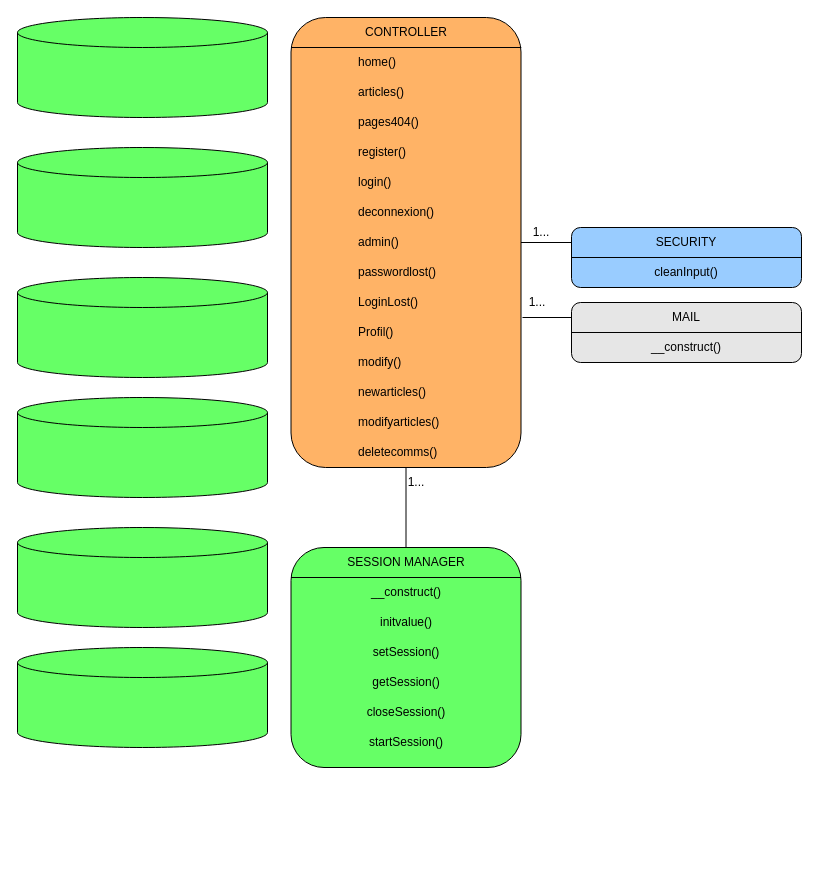
Above: docs/Diagramme de class.drawio in Geoffray-buhler/P05-OCR (draw.io), before the change. Source tidied: cells renumbered, new cells numbered last; positions are measured from the earlier drawing's top-left corner, leaving out a move shared by most shapes. Both pictures are drawn from the tidied source at 100%, with x=0, y=0 at pixel (17, 17).
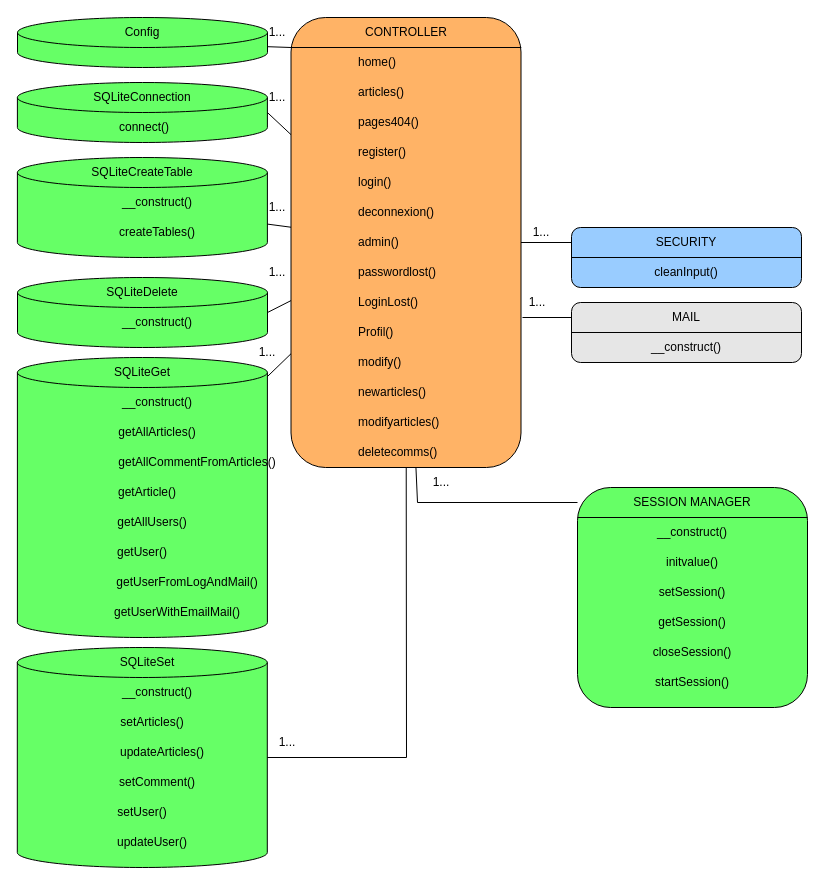
The same diagram, later.

Unchanged cells that the change refers to:
```xml
<mxCell id="2" style="rounded=1;whiteSpace=wrap;html=1;fontColor=none;fillColor=#FFB366;" parent="1" vertex="1">
  <mxGeometry x="273.5" width="230" height="450" as="geometry" />
</mxCell>
<mxCell id="3" value="CONTROLLER" style="text;html=1;strokeColor=none;fillColor=none;align=center;verticalAlign=middle;whiteSpace=wrap;rounded=0;fontColor=none;" parent="1" vertex="1">
  <mxGeometry x="273.8" width="230" height="30" as="geometry" />
</mxCell>
```

What changed in the source:
```diff
@@
     <mxCell id="27" style="rounded=1;whiteSpace=wrap;html=1;fontColor=none;fillColor=#66FF66;" parent="1" vertex="1">
-      <mxGeometry x="273.5" y="530" width="230" height="220" as="geometry" />
+      <mxGeometry x="560" y="470" width="230" height="220" as="geometry" />
     </mxCell>
     <mxCell id="28" value="SESSION MANAGER" style="text;html=1;strokeColor=none;fillColor=none;align=center;verticalAlign=middle;whiteSpace=wrap;rounded=0;fontColor=none;" parent="1" vertex="1">
-      <mxGeometry x="273.5" y="530" width="230" height="30" as="geometry" />
+      <mxGeometry x="560" y="470" width="230" height="30" as="geometry" />
     </mxCell>
     <mxCell id="29" style="endArrow=none;html=1;rounded=0;fontColor=none;entryX=1;entryY=1;entryDx=0;entryDy=0;" parent="1" edge="1" target="28">
       <mxGeometry relative="1" as="geometry">
-        <mxPoint x="273.5" y="560" as="sourcePoint" />
+        <mxPoint x="560" y="500" as="sourcePoint" />
       </mxGeometry>
     </mxCell>
     <mxCell id="30" value="__construct()" style="text;html=1;strokeColor=none;fillColor=none;align=center;verticalAlign=middle;whiteSpace=wrap;rounded=0;fontColor=none;" parent="1" vertex="1">
-      <mxGeometry x="273.5" y="560" width="230" height="30" as="geometry" />
+      <mxGeometry x="560" y="500" width="230" height="30" as="geometry" />
     </mxCell>
     <mxCell id="31" value="initvalue()" style="text;html=1;strokeColor=none;fillColor=none;align=center;verticalAlign=middle;whiteSpace=wrap;rounded=0;fontColor=none;" parent="1" vertex="1">
-      <mxGeometry x="273.5" y="590" width="230" height="30" as="geometry" />
+      <mxGeometry x="560" y="530" width="230" height="30" as="geometry" />
     </mxCell>
     <mxCell id="32" value="setSession()" style="text;html=1;strokeColor=none;fillColor=none;align=center;verticalAlign=middle;whiteSpace=wrap;rounded=0;fontColor=none;" parent="1" vertex="1">
-      <mxGeometry x="273.5" y="620" width="230" height="30" as="geometry" />
+      <mxGeometry x="560" y="560" width="230" height="30" as="geometry" />
     </mxCell>
     <mxCell id="33" value="getSession()" style="text;html=1;strokeColor=none;fillColor=none;align=center;verticalAlign=middle;whiteSpace=wrap;rounded=0;fontColor=none;" parent="1" vertex="1">
-      <mxGeometry x="273.5" y="650" width="230" height="30" as="geometry" />
+      <mxGeometry x="560" y="590" width="230" height="30" as="geometry" />
     </mxCell>
     <mxCell id="34" value="closeSession()" style="text;html=1;strokeColor=none;fillColor=none;align=center;verticalAlign=middle;whiteSpace=wrap;rounded=0;fontColor=none;" parent="1" vertex="1">
-      <mxGeometry x="273.5" y="680" width="230" height="30" as="geometry" />
+      <mxGeometry x="560" y="620" width="230" height="30" as="geometry" />
     </mxCell>
     <mxCell id="35" value="startSession()" style="text;html=1;strokeColor=none;fillColor=none;align=center;verticalAlign=middle;whiteSpace=wrap;rounded=0;fontColor=none;" parent="1" vertex="1">
-      <mxGeometry x="273.5" y="710" width="230" height="30" as="geometry" />
+      <mxGeometry x="560" y="650" width="230" height="30" as="geometry" />
     </mxCell>
@@
     <mxCell id="38" value="1..." style="text;html=1;strokeColor=none;fillColor=none;align=center;verticalAlign=middle;whiteSpace=wrap;rounded=0;fontColor=none;" parent="1" vertex="1">
-      <mxGeometry x="369" y="450" width="60" height="30" as="geometry" />
+      <mxGeometry x="394" y="450" width="60" height="30" as="geometry" />
     </mxCell>
@@
     <mxCell id="41" style="endArrow=none;html=1;rounded=0;fontColor=none;" parent="1" edge="1" source="2" target="28">
-      <mxGeometry relative="1" as="geometry" />
+      <mxGeometry relative="1" as="geometry">
+        <Array as="points">
+          <mxPoint x="400" y="485" />
+        </Array>
+      </mxGeometry>
     </mxCell>
     <mxCell id="42" style="shape=cylinder3;whiteSpace=wrap;html=1;boundedLbl=1;backgroundOutline=1;size=15;fontColor=none;fillColor=#66FF66;align=left;" parent="1" vertex="1">
-      <mxGeometry width="250" height="100" as="geometry" />
+      <mxGeometry width="250" height="50" as="geometry" />
     </mxCell>
     <mxCell id="43" style="shape=cylinder3;whiteSpace=wrap;html=1;boundedLbl=1;backgroundOutline=1;size=15;fontColor=none;fillColor=#66FF66;align=left;" parent="1" vertex="1">
-      <mxGeometry y="130" width="250" height="100" as="geometry" />
+      <mxGeometry x="-0.1" y="65" width="250" height="60" as="geometry" />
     </mxCell>
     <mxCell id="44" style="shape=cylinder3;whiteSpace=wrap;html=1;boundedLbl=1;backgroundOutline=1;size=15;fontColor=none;fillColor=#66FF66;align=left;" parent="1" vertex="1">
-      <mxGeometry y="260" width="250" height="100" as="geometry" />
+      <mxGeometry x="-0.1" y="140" width="250" height="100" as="geometry" />
     </mxCell>
     <mxCell id="45" style="shape=cylinder3;whiteSpace=wrap;html=1;boundedLbl=1;backgroundOutline=1;size=15;fontColor=none;fillColor=#66FF66;align=left;" parent="1" vertex="1">
-      <mxGeometry y="380" width="250" height="100" as="geometry" />
+      <mxGeometry y="260" width="250" height="70" as="geometry" />
     </mxCell>
     <mxCell id="46" style="shape=cylinder3;whiteSpace=wrap;html=1;boundedLbl=1;backgroundOutline=1;size=15;fontColor=none;fillColor=#66FF66;align=left;" parent="1" vertex="1">
-      <mxGeometry y="510" width="250" height="100" as="geometry" />
+      <mxGeometry x="-0.1" y="340" width="250" height="280" as="geometry" />
     </mxCell>
     <mxCell id="47" style="shape=cylinder3;whiteSpace=wrap;html=1;boundedLbl=1;backgroundOutline=1;size=15;fontColor=none;fillColor=#66FF66;align=left;" parent="1" vertex="1">
-      <mxGeometry y="630" width="250" height="100" as="geometry" />
+      <mxGeometry x="-0.2" y="630" width="250" height="220" as="geometry" />
     </mxCell>
+    <mxCell id="48" value="Config" style="text;html=1;strokeColor=none;fillColor=none;align=center;verticalAlign=middle;whiteSpace=wrap;rounded=0;fontColor=none;" parent="1" vertex="1">
+      <mxGeometry x="10" width="230" height="30" as="geometry" />
+    </mxCell>
+    <mxCell id="49" value="SQLiteConnection" style="text;html=1;strokeColor=none;fillColor=none;align=center;verticalAlign=middle;whiteSpace=wrap;rounded=0;fontColor=none;" parent="1" vertex="1">
+      <mxGeometry x="9.9" y="65" width="230" height="30" as="geometry" />
+    </mxCell>
+    <mxCell id="50" value="SQLiteCreateTable" style="text;html=1;strokeColor=none;fillColor=none;align=center;verticalAlign=middle;whiteSpace=wrap;rounded=0;fontColor=none;" parent="1" vertex="1">
+      <mxGeometry x="9.9" y="140" width="230" height="30" as="geometry" />
+    </mxCell>
+    <mxCell id="51" value="SQLiteDelete" style="text;html=1;strokeColor=none;fillColor=none;align=center;verticalAlign=middle;whiteSpace=wrap;rounded=0;fontColor=none;" parent="1" vertex="1">
+      <mxGeometry x="10" y="260" width="230" height="30" as="geometry" />
+    </mxCell>
+    <mxCell id="52" value="SQLiteGet" style="text;html=1;strokeColor=none;fillColor=none;align=center;verticalAlign=middle;whiteSpace=wrap;rounded=0;fontColor=none;" parent="1" vertex="1">
+      <mxGeometry x="9.9" y="340" width="230" height="30" as="geometry" />
+    </mxCell>
+    <mxCell id="53" value="SQLiteSet" style="text;html=1;strokeColor=none;fillColor=none;align=center;verticalAlign=middle;whiteSpace=wrap;rounded=0;fontColor=none;" parent="1" vertex="1">
+      <mxGeometry x="14.8" y="630" width="230" height="30" as="geometry" />
+    </mxCell>
+    <mxCell id="54" value="connect()" style="text;html=1;strokeColor=none;fillColor=none;align=left;verticalAlign=middle;whiteSpace=wrap;rounded=0;fontColor=none;" parent="1" vertex="1">
+      <mxGeometry x="99.6" y="95" width="50.5" height="30" as="geometry" />
+    </mxCell>
+    <mxCell id="55" value="__construct()" style="text;html=1;strokeColor=none;fillColor=none;align=center;verticalAlign=middle;whiteSpace=wrap;rounded=0;fontColor=none;" parent="1" vertex="1">
+      <mxGeometry x="99.6" y="170" width="80" height="30" as="geometry" />
+    </mxCell>
+    <mxCell id="56" value="createTables()" style="text;html=1;strokeColor=none;fillColor=none;align=center;verticalAlign=middle;whiteSpace=wrap;rounded=0;fontColor=none;" parent="1" vertex="1">
+      <mxGeometry x="99.6" y="200" width="80" height="30" as="geometry" />
+    </mxCell>
+    <mxCell id="57" value="__construct()" style="text;html=1;strokeColor=none;fillColor=none;align=center;verticalAlign=middle;whiteSpace=wrap;rounded=0;fontColor=none;" parent="1" vertex="1">
+      <mxGeometry x="99.8" y="290" width="80" height="30" as="geometry" />
+    </mxCell>
+    <mxCell id="58" value="__construct()" style="text;html=1;strokeColor=none;fillColor=none;align=center;verticalAlign=middle;whiteSpace=wrap;rounded=0;fontColor=none;" parent="1" vertex="1">
+      <mxGeometry x="99.6" y="370" width="80" height="30" as="geometry" />
+    </mxCell>
+    <mxCell id="59" value="getAllArticles()" style="text;html=1;strokeColor=none;fillColor=none;align=center;verticalAlign=middle;whiteSpace=wrap;rounded=0;fontColor=none;" parent="1" vertex="1">
+      <mxGeometry x="99.6" y="400" width="80" height="30" as="geometry" />
+    </mxCell>
+    <mxCell id="60" value="getAllCommentFromArticles()" style="text;html=1;strokeColor=none;fillColor=none;align=center;verticalAlign=middle;whiteSpace=wrap;rounded=0;fontColor=none;" parent="1" vertex="1">
+      <mxGeometry x="119.9" y="430" width="120" height="30" as="geometry" />
+    </mxCell>
+    <mxCell id="61" value="getArticle()" style="text;html=1;strokeColor=none;fillColor=none;align=center;verticalAlign=middle;whiteSpace=wrap;rounded=0;fontColor=none;" parent="1" vertex="1">
+      <mxGeometry x="99.6" y="460" width="60.2" height="30" as="geometry" />
+    </mxCell>
+    <mxCell id="62" value="getAllUsers()" style="text;html=1;strokeColor=none;fillColor=none;align=center;verticalAlign=middle;whiteSpace=wrap;rounded=0;fontColor=none;" parent="1" vertex="1">
+      <mxGeometry x="99.6" y="490" width="70.2" height="30" as="geometry" />
+    </mxCell>
+    <mxCell id="63" value="getUser()" style="text;html=1;strokeColor=none;fillColor=none;align=center;verticalAlign=middle;whiteSpace=wrap;rounded=0;fontColor=none;" parent="1" vertex="1">
+      <mxGeometry x="99.6" y="520" width="50.2" height="30" as="geometry" />
+    </mxCell>
+    <mxCell id="64" value="getUserFromLogAndMail()" style="text;html=1;strokeColor=none;fillColor=none;align=center;verticalAlign=middle;whiteSpace=wrap;rounded=0;fontColor=none;" parent="1" vertex="1">
+      <mxGeometry x="99.9" y="550" width="140" height="30" as="geometry" />
+    </mxCell>
+    <mxCell id="65" value="getUserWithEmailMail()" style="text;html=1;strokeColor=none;fillColor=none;align=center;verticalAlign=middle;whiteSpace=wrap;rounded=0;fontColor=none;" parent="1" vertex="1">
+      <mxGeometry x="99.9" y="580" width="120" height="30" as="geometry" />
+    </mxCell>
+    <mxCell id="66" value="__construct()" style="text;html=1;strokeColor=none;fillColor=none;align=center;verticalAlign=middle;whiteSpace=wrap;rounded=0;fontColor=none;" parent="1" vertex="1">
+      <mxGeometry x="99.9" y="660" width="80" height="30" as="geometry" />
+    </mxCell>
+    <mxCell id="67" value="setArticles()" style="text;html=1;strokeColor=none;fillColor=none;align=center;verticalAlign=middle;whiteSpace=wrap;rounded=0;fontColor=none;" parent="1" vertex="1">
+      <mxGeometry x="104.6" y="690" width="60.2" height="30" as="geometry" />
+    </mxCell>
+    <mxCell id="68" value="updateArticles()" style="text;html=1;strokeColor=none;fillColor=none;align=center;verticalAlign=middle;whiteSpace=wrap;rounded=0;fontColor=none;" parent="1" vertex="1">
+      <mxGeometry x="99.9" y="720" width="90.1" height="30" as="geometry" />
+    </mxCell>
+    <mxCell id="69" value="setComment()" style="text;html=1;strokeColor=none;fillColor=none;align=center;verticalAlign=middle;whiteSpace=wrap;rounded=0;fontColor=none;" parent="1" vertex="1">
+      <mxGeometry x="99.9" y="750" width="80.4" height="30" as="geometry" />
+    </mxCell>
+    <mxCell id="70" value="setUser()" style="text;html=1;strokeColor=none;fillColor=none;align=center;verticalAlign=middle;whiteSpace=wrap;rounded=0;fontColor=none;" parent="1" vertex="1">
+      <mxGeometry x="99.9" y="780" width="50.1" height="30" as="geometry" />
+    </mxCell>
+    <mxCell id="71" value="updateUser()" style="text;html=1;strokeColor=none;fillColor=none;align=center;verticalAlign=middle;whiteSpace=wrap;rounded=0;fontColor=none;" parent="1" vertex="1">
+      <mxGeometry x="99.6" y="810" width="70.4" height="30" as="geometry" />
+    </mxCell>
+    <mxCell id="72" style="endArrow=none;html=1;rounded=0;fontColor=none;entryX=0;entryY=1;entryDx=0;entryDy=0;" parent="1" edge="1" source="42" target="3">
+      <mxGeometry relative="1" as="geometry" />
+    </mxCell>
+    <mxCell id="73" style="endArrow=none;html=1;rounded=0;fontColor=none;exitX=1;exitY=0.5;exitDx=0;exitDy=0;exitPerimeter=0;" parent="1" edge="1" source="43" target="2">
+      <mxGeometry relative="1" as="geometry" />
+    </mxCell>
+    <mxCell id="74" style="endArrow=none;html=1;rounded=0;fontColor=none;" parent="1" edge="1" source="44" target="2">
+      <mxGeometry relative="1" as="geometry" />
+    </mxCell>
+    <mxCell id="75" style="endArrow=none;html=1;rounded=0;fontColor=none;exitX=1;exitY=0.5;exitDx=0;exitDy=0;exitPerimeter=0;" parent="1" edge="1" source="45" target="2">
+      <mxGeometry relative="1" as="geometry" />
+    </mxCell>
+    <mxCell id="76" style="endArrow=none;html=1;rounded=0;fontColor=none;" parent="1" edge="1" source="46" target="2">
+      <mxGeometry relative="1" as="geometry" />
+    </mxCell>
+    <mxCell id="77" style="endArrow=none;html=1;rounded=0;fontColor=none;" parent="1" edge="1" source="47" target="2">
+      <mxGeometry relative="1" as="geometry">
+        <Array as="points">
+          <mxPoint x="389" y="740" />
+        </Array>
+      </mxGeometry>
+    </mxCell>
+    <mxCell id="78" value="1..." style="text;html=1;strokeColor=none;fillColor=none;align=center;verticalAlign=middle;whiteSpace=wrap;rounded=0;fontColor=none;" parent="1" vertex="1">
+      <mxGeometry x="240" y="710" width="60" height="30" as="geometry" />
+    </mxCell>
+    <mxCell id="79" value="1..." style="text;html=1;strokeColor=none;fillColor=none;align=center;verticalAlign=middle;whiteSpace=wrap;rounded=0;fontColor=none;" parent="1" vertex="1">
+      <mxGeometry x="219.9" y="320" width="60" height="30" as="geometry" />
+    </mxCell>
+    <mxCell id="80" value="1..." style="text;html=1;strokeColor=none;fillColor=none;align=center;verticalAlign=middle;whiteSpace=wrap;rounded=0;fontColor=none;" parent="1" vertex="1">
+      <mxGeometry x="229.9" y="240" width="60" height="30" as="geometry" />
+    </mxCell>
+    <mxCell id="81" value="1..." style="text;html=1;strokeColor=none;fillColor=none;align=center;verticalAlign=middle;whiteSpace=wrap;rounded=0;fontColor=none;" parent="1" vertex="1">
+      <mxGeometry x="229.9" y="175" width="60" height="30" as="geometry" />
+    </mxCell>
+    <mxCell id="82" value="1..." style="text;html=1;strokeColor=none;fillColor=none;align=center;verticalAlign=middle;whiteSpace=wrap;rounded=0;fontColor=none;" parent="1" vertex="1">
+      <mxGeometry x="229.9" y="65" width="60" height="30" as="geometry" />
+    </mxCell>
+    <mxCell id="83" value="1..." style="text;html=1;strokeColor=none;fillColor=none;align=center;verticalAlign=middle;whiteSpace=wrap;rounded=0;fontColor=none;" parent="1" vertex="1">
+      <mxGeometry x="229.9" width="60" height="30" as="geometry" />
+    </mxCell>
```
